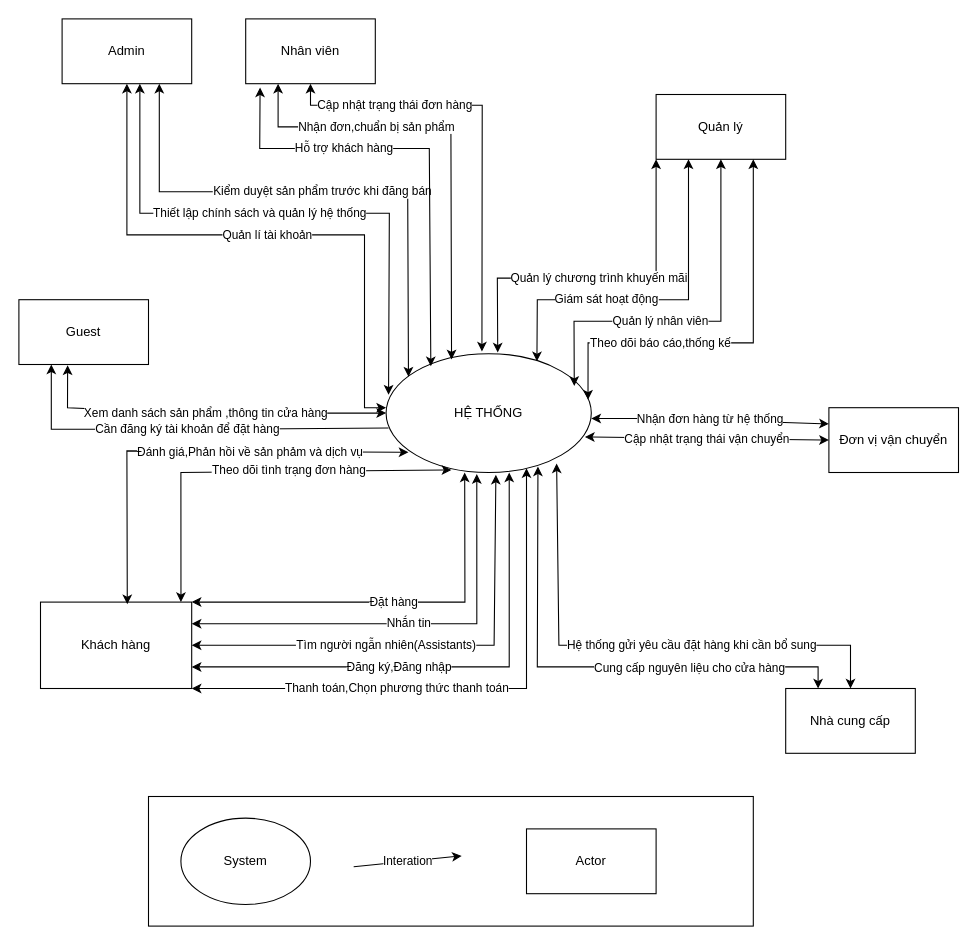
Before: page "CONTEXT" (1 of 7) of Template_Group_project.drawio in NgoAnhThanThien/thanthien123, a draw.io diagram. Source tidied: cells renumbered, new cells numbered last; positions are measured from the earlier drawing's top-left corner, leaving out a move shared by most shapes. Both pictures are drawn from the tidied source at 108%, with x=0, y=0 at pixel (18, 18).
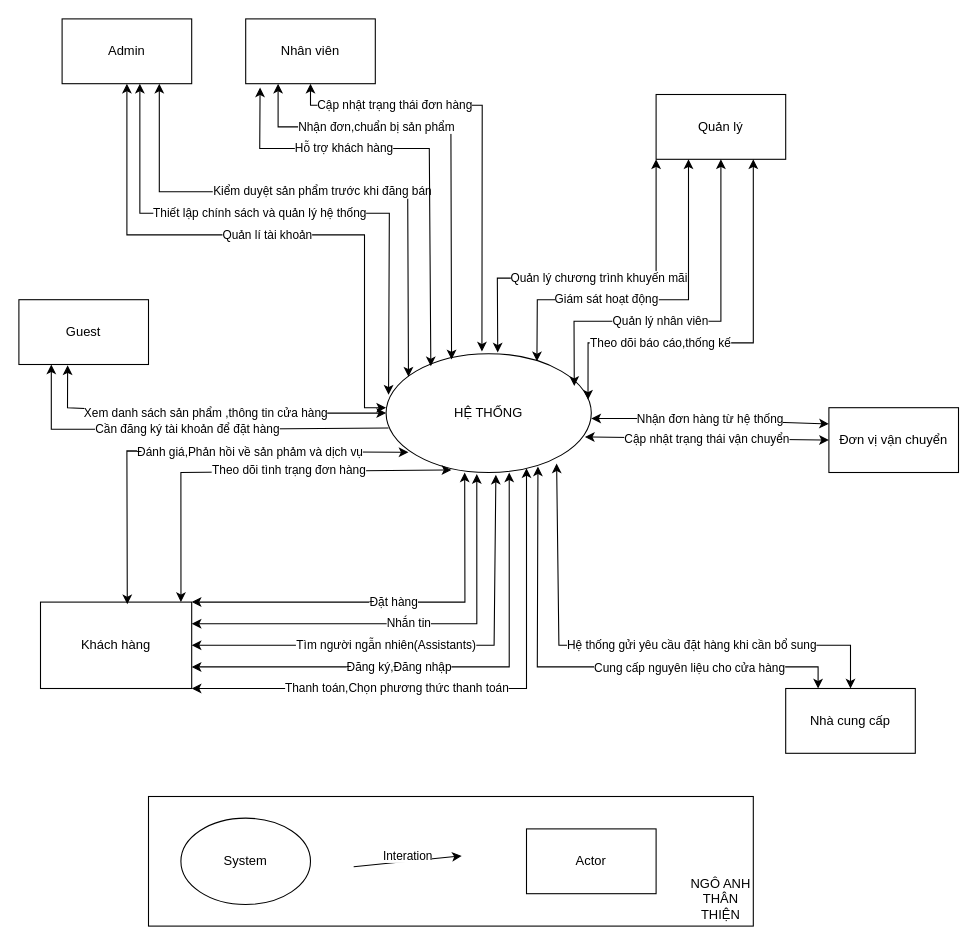
The same diagram, later.

What changed in the source:
```diff
@@
     <mxCell id="37" value="Interation" style="endArrow=classic;html=1;rounded=0;entryX=0.643;entryY=0.667;entryDx=0;entryDy=0;entryPerimeter=0;" parent="1" edge="1">
-      <mxGeometry relative="1" as="geometry">
+      <mxGeometry x="0.01" y="5" relative="1" as="geometry">
         <mxPoint x="310" y="785" as="sourcePoint" />
         <mxPoint x="410" y="775" as="targetPoint" />
       </mxGeometry>
     </mxCell>
+    <mxCell id="38" value="NGÔ ANH THÂN THIỆN" style="text;html=1;align=center;verticalAlign=middle;whiteSpace=wrap;rounded=0;" parent="1" vertex="1">
+      <mxGeometry x="620" y="800" width="60" height="30" as="geometry" />
+    </mxCell>
```
